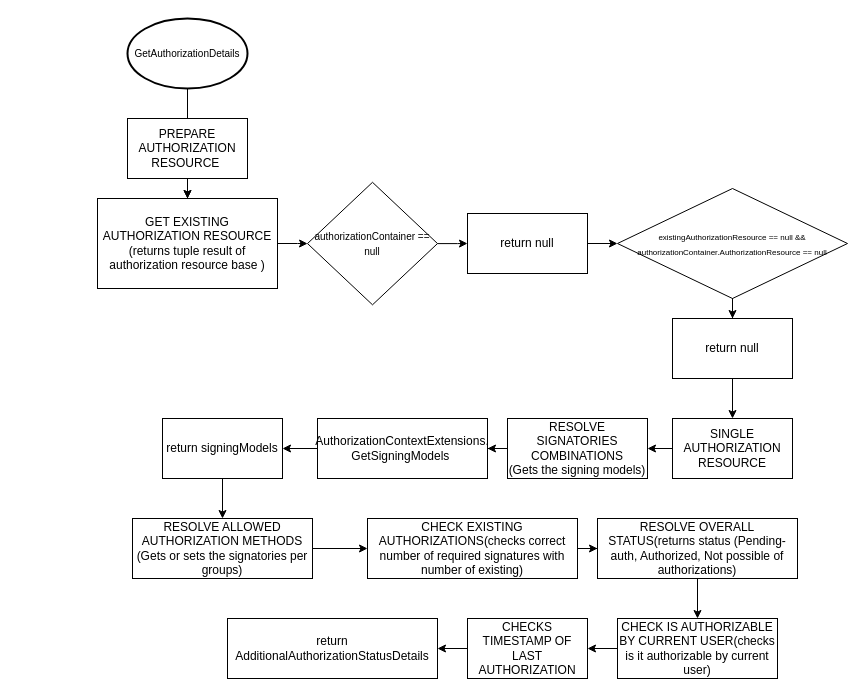
Above: page "ActionAuthExt" (1 of 2) of Untitled Diagram.drawio in eniscausevic/GetAuthorizationDetails-Diagram (draw.io), before the change. Source tidied: cells renumbered, new cells numbered last; positions are measured from the earlier drawing's top-left corner, leaving out a move shared by most shapes. Both pictures are drawn from the tidied source at 100%, with x=0, y=0 at pixel (97, 18).
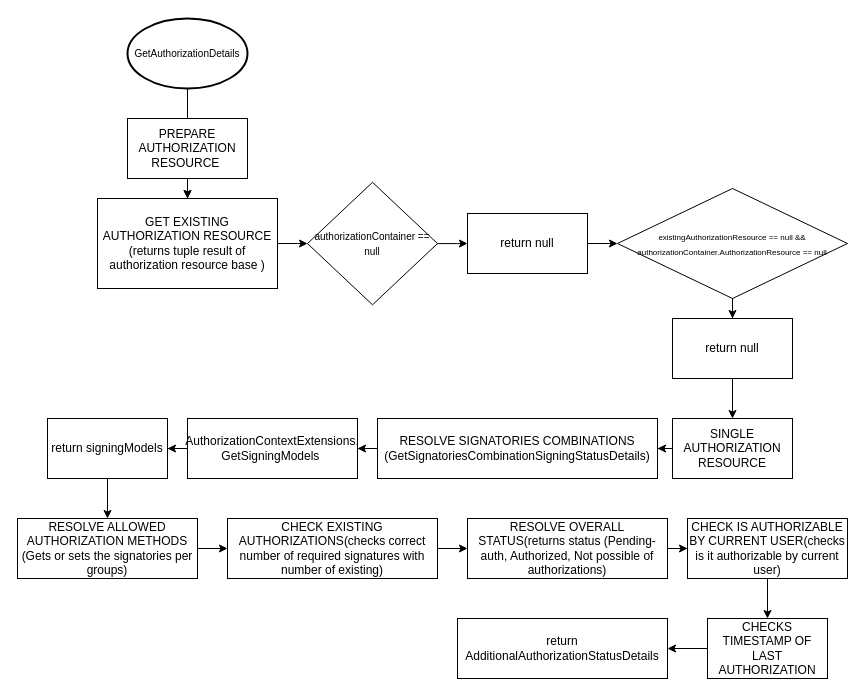
Above is the later version.

The edit, as a diff of the source:
```diff
@@
-    <mxCell id="11" value="RESOLVE SIGNATORIES COMBINATIONS&lt;br&gt;(Gets the signing models)" style="rounded=0;whiteSpace=wrap;html=1;" parent="1" vertex="1">
-      <mxGeometry x="410" y="400" width="140" height="60" as="geometry" />
+    <mxCell id="11" value="RESOLVE SIGNATORIES COMBINATIONS&lt;br&gt;(GetSignatoriesCombinationSigningStatusDetails)" style="rounded=0;whiteSpace=wrap;html=1;" parent="1" vertex="1">
+      <mxGeometry x="280" y="400" width="280" height="60" as="geometry" />
     </mxCell>
@@
     <mxCell id="13" value="RESOLVE ALLOWED AUTHORIZATION METHODS&lt;br&gt;(Gets or sets the signatories per groups)" style="rounded=0;whiteSpace=wrap;html=1;" parent="1" vertex="1">
-      <mxGeometry x="35" y="500" width="180" height="60" as="geometry" />
+      <mxGeometry x="-80" y="500" width="180" height="60" as="geometry" />
     </mxCell>
@@
     <mxCell id="15" value="CHECK EXISTING AUTHORIZATIONS(checks correct number of required signatures with number of existing)" style="rounded=0;whiteSpace=wrap;html=1;" parent="1" vertex="1">
-      <mxGeometry x="270" y="500" width="210" height="60" as="geometry" />
+      <mxGeometry x="130" y="500" width="210" height="60" as="geometry" />
     </mxCell>
@@
     <mxCell id="17" value="RESOLVE OVERALL STATUS(returns status (Pending-auth, Authorized, Not possible of authorizations)" style="rounded=0;whiteSpace=wrap;html=1;" parent="1" vertex="1">
-      <mxGeometry x="500" y="500" width="200" height="60" as="geometry" />
+      <mxGeometry x="370" y="500" width="200" height="60" as="geometry" />
     </mxCell>
@@
     <mxCell id="19" value="CHECK IS AUTHORIZABLE BY CURRENT USER(checks is it authorizable by current user)" style="rounded=0;whiteSpace=wrap;html=1;" parent="1" vertex="1">
-      <mxGeometry x="520" y="600" width="160" height="60" as="geometry" />
+      <mxGeometry x="590" y="500" width="160" height="60" as="geometry" />
     </mxCell>
@@
     <mxCell id="21" value="CHECKS TIMESTAMP OF LAST AUTHORIZATION" style="rounded=0;whiteSpace=wrap;html=1;" parent="1" vertex="1">
-      <mxGeometry x="370" y="600" width="120" height="60" as="geometry" />
+      <mxGeometry x="610" y="600" width="120" height="60" as="geometry" />
     </mxCell>
     <mxCell id="22" value="return AdditionalAuthorizationStatusDetails" style="rounded=0;whiteSpace=wrap;html=1;" parent="1" vertex="1">
-      <mxGeometry x="130" y="600" width="210" height="60" as="geometry" />
+      <mxGeometry x="360" y="600" width="210" height="60" as="geometry" />
     </mxCell>
@@
     <mxCell id="32" value="return signingModels" style="rounded=0;whiteSpace=wrap;html=1;align=center;" parent="1" vertex="1">
-      <mxGeometry x="65" y="400" width="120" height="60" as="geometry" />
+      <mxGeometry x="-50" y="400" width="120" height="60" as="geometry" />
     </mxCell>
@@
     <mxCell id="34" value="AuthorizationContextExtensions.&lt;br&gt;GetSigningModels&amp;nbsp;" style="rounded=0;align=center;whiteSpace=wrap;html=1;" parent="1" vertex="1">
-      <mxGeometry x="220" y="400" width="170" height="60" as="geometry" />
+      <mxGeometry x="90" y="400" width="170" height="60" as="geometry" />
     </mxCell>
```
